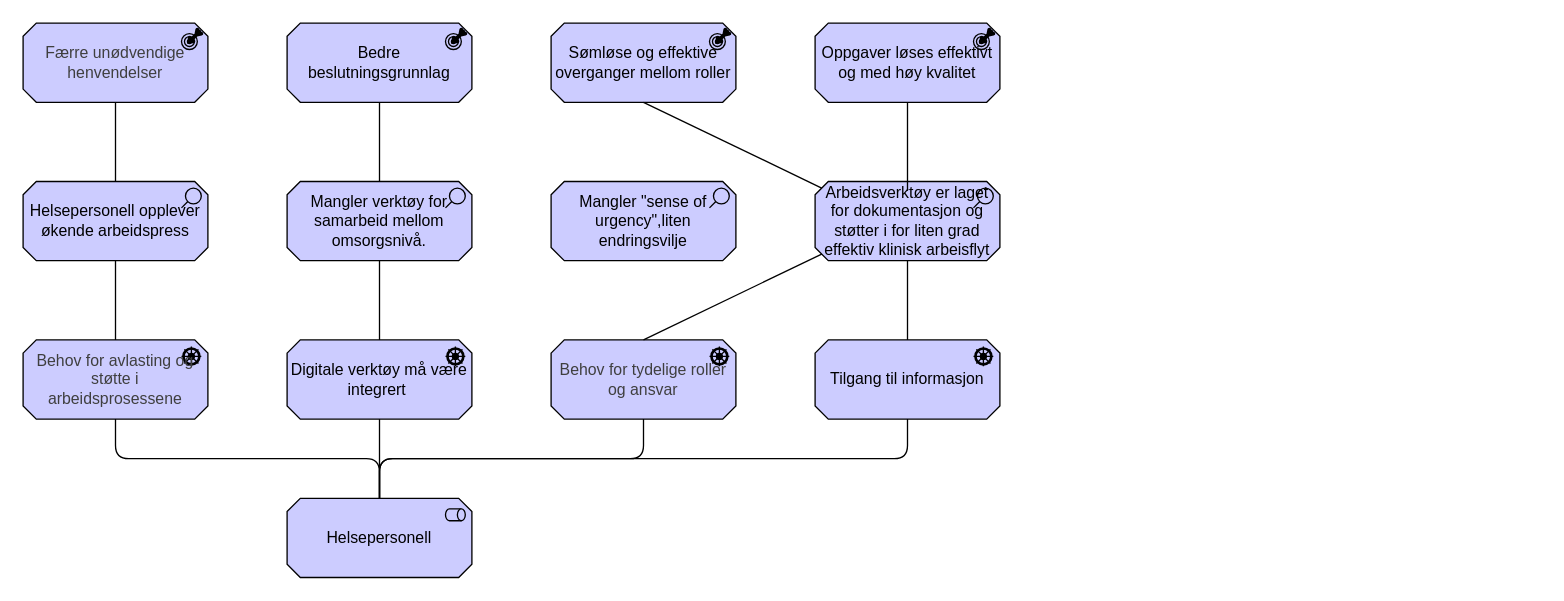
The draw.io diagram page "helsepersonell-concern" (3 of 6) of docs/interessent/motivasjon-interessent.drawio in hdir/Digital-Forstelinje, before the edit. Source tidied: cells renumbered, new cells numbered last; positions are measured from the earlier drawing's top-left corner, leaving out a move shared by most shapes. Both pictures are drawn from the tidied source at 132%, with x=0, y=0 at pixel (22, 22).
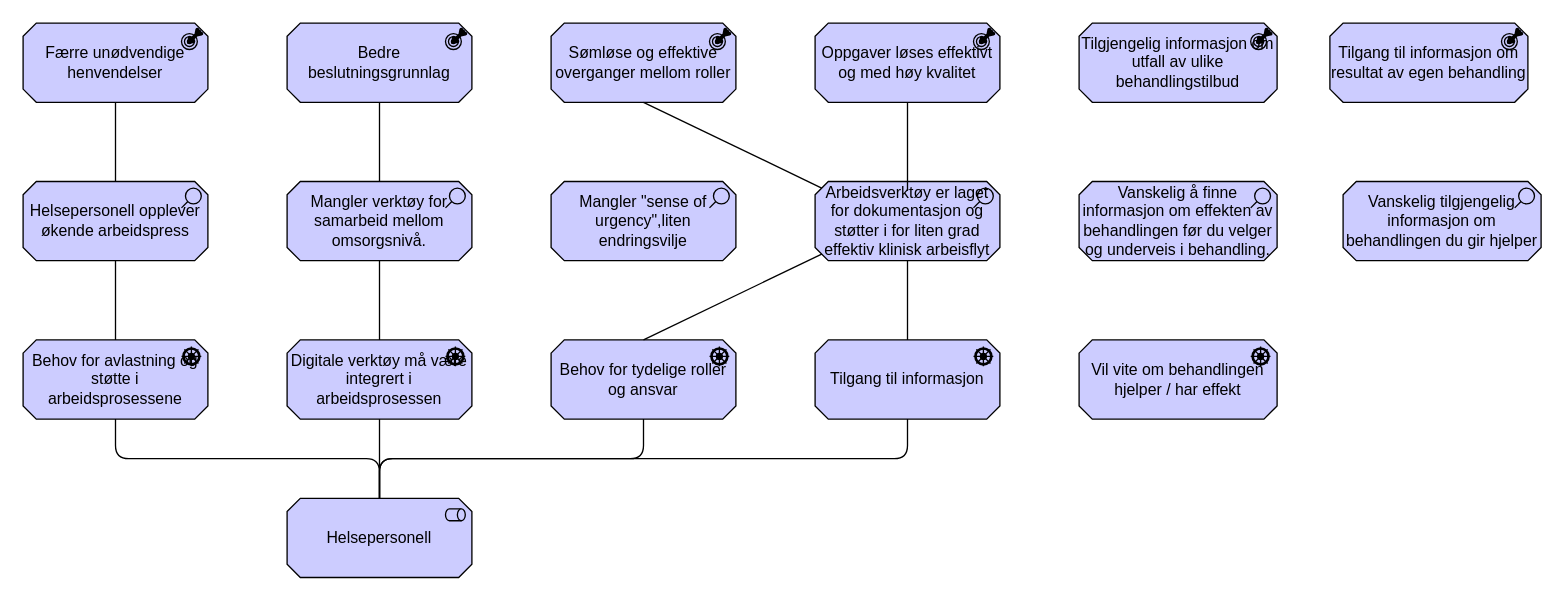
The same diagram, later.

What changed in the source:
```diff
@@
-    <mxCell id="3" value="&lt;font face=&quot;Helvetica&quot; style=&quot;font-size: 12px;&quot;&gt;Digitale verktøy må være integrert&amp;nbsp;&lt;/font&gt;" style="html=1;outlineConnect=0;whiteSpace=wrap;fillColor=#CCCCFF;shape=mxgraph.archimate3.application;appType=driver;archiType=oct;" parent="1" vertex="1">
+    <mxCell id="3" value="&lt;span style=&quot;color: rgb(0, 0, 0);&quot;&gt;Digitale verktøy må være integrert i arbeidsprosessen&lt;/span&gt;" style="html=1;outlineConnect=0;whiteSpace=wrap;fillColor=#CCCCFF;shape=mxgraph.archimate3.application;appType=driver;archiType=oct;" parent="1" vertex="1">
       <mxGeometry x="200" y="240" width="140" height="60" as="geometry" />
     </mxCell>
@@
-    <mxCell id="8" value="&lt;span style=&quot;color: rgb(63, 63, 63); text-align: left;&quot;&gt;&lt;font style=&quot;font-size: 12px;&quot;&gt;Behov for tydelige roller og ansvar&lt;/font&gt;&lt;/span&gt;" style="html=1;outlineConnect=0;whiteSpace=wrap;fillColor=#CCCCFF;shape=mxgraph.archimate3.application;appType=driver;archiType=oct;" parent="1" vertex="1">
+    <mxCell id="8" value="&lt;span style=&quot;color: rgb(0, 0, 0);&quot;&gt;Behov for tydelige roller og ansvar&lt;/span&gt;" style="html=1;outlineConnect=0;whiteSpace=wrap;fillColor=#CCCCFF;shape=mxgraph.archimate3.application;appType=driver;archiType=oct;" parent="1" vertex="1">
       <mxGeometry x="400" y="240" width="140" height="60" as="geometry" />
     </mxCell>
-    <mxCell id="9" value="&lt;span style=&quot;color: rgb(63, 63, 63); text-align: left;&quot;&gt;&lt;font style=&quot;font-size: 12px;&quot;&gt;Behov for avlasting og støtte i arbeidsprosessene&lt;/font&gt;&lt;/span&gt;" style="html=1;outlineConnect=0;whiteSpace=wrap;fillColor=#CCCCFF;shape=mxgraph.archimate3.application;appType=driver;archiType=oct;" parent="1" vertex="1">
+    <mxCell id="9" value="&lt;span style=&quot;color: rgb(0, 0, 0);&quot;&gt;Behov for avlastning og støtte i arbeidsprosessene&lt;/span&gt;" style="html=1;outlineConnect=0;whiteSpace=wrap;fillColor=#CCCCFF;shape=mxgraph.archimate3.application;appType=driver;archiType=oct;" parent="1" vertex="1">
       <mxGeometry y="240" width="140" height="60" as="geometry" />
     </mxCell>
@@
-    <mxCell id="11" value="&lt;span style=&quot;color: rgb(63, 63, 63); text-align: left;&quot;&gt;&lt;font face=&quot;Helvetica&quot; style=&quot;font-size: 12px;&quot;&gt;Færre unødvendige henvendelser&lt;/font&gt;&lt;/span&gt;" style="html=1;outlineConnect=0;whiteSpace=wrap;fillColor=#CCCCFF;shape=mxgraph.archimate3.application;appType=outcome;archiType=oct;" parent="1" vertex="1">
+    <mxCell id="11" value="&lt;span style=&quot;color: rgb(0, 0, 0);&quot;&gt;Færre unødvendige henvendelser&lt;/span&gt;" style="html=1;outlineConnect=0;whiteSpace=wrap;fillColor=#CCCCFF;shape=mxgraph.archimate3.application;appType=outcome;archiType=oct;" parent="1" vertex="1">
       <mxGeometry width="140" height="60" as="geometry" />
     </mxCell>
@@
-    <mxCell id="21" value="&lt;font face=&quot;Helvetica&quot; style=&quot;font-size: 12px;&quot;&gt;Tilgang til informasjon&lt;/font&gt;" style="html=1;outlineConnect=0;whiteSpace=wrap;fillColor=#CCCCFF;shape=mxgraph.archimate3.application;appType=driver;archiType=oct;" parent="1" vertex="1">
+    <mxCell id="21" value="&lt;span style=&quot;color: rgb(0, 0, 0);&quot;&gt;Tilgang til informasjon&lt;/span&gt;" style="html=1;outlineConnect=0;whiteSpace=wrap;fillColor=#CCCCFF;shape=mxgraph.archimate3.application;appType=driver;archiType=oct;" parent="1" vertex="1">
       <mxGeometry x="600" y="240" width="140" height="60" as="geometry" />
     </mxCell>
@@
+    <mxCell id="27" value="&lt;span style=&quot;color: rgb(0, 0, 0);&quot;&gt;Vil vite om behandlingen hjelper / har effekt&lt;/span&gt;" style="html=1;whiteSpace=wrap;fillColor=#CCCCFF;shape=mxgraph.archimate3.application;appType=driver;archiType=oct;" parent="1" vertex="1">
+      <mxGeometry x="800" y="240" width="150" height="60" as="geometry" />
+    </mxCell>
+    <mxCell id="28" value="Vanskelig å finne informasjon om effekten av behandlingen før du velger og underveis i behandling." style="html=1;whiteSpace=wrap;fillColor=#CCCCFF;shape=mxgraph.archimate3.application;appType=assess;archiType=oct;" parent="1" vertex="1">
+      <mxGeometry x="800" y="120" width="150" height="60" as="geometry" />
+    </mxCell>
+    <mxCell id="29" value="Tilgjengelig informasjon om utfall av ulike behandlingstilbud" style="html=1;whiteSpace=wrap;fillColor=#CCCCFF;shape=mxgraph.archimate3.application;appType=outcome;archiType=oct;" parent="1" vertex="1">
+      <mxGeometry x="800" width="150" height="60" as="geometry" />
+    </mxCell>
+    <mxCell id="30" value="Tilgang til informasjon om resultat av egen behandling" style="html=1;whiteSpace=wrap;fillColor=#CCCCFF;shape=mxgraph.archimate3.application;appType=outcome;archiType=oct;" parent="1" vertex="1">
+      <mxGeometry x="990" width="150" height="60" as="geometry" />
+    </mxCell>
+    <mxCell id="31" value="Vanskelig tilgjengelig informasjon om behandlingen du gir hjelper" style="html=1;whiteSpace=wrap;fillColor=#CCCCFF;shape=mxgraph.archimate3.application;appType=assess;archiType=oct;" parent="1" vertex="1">
+      <mxGeometry x="1000" y="120" width="150" height="60" as="geometry" />
+    </mxCell>
```
